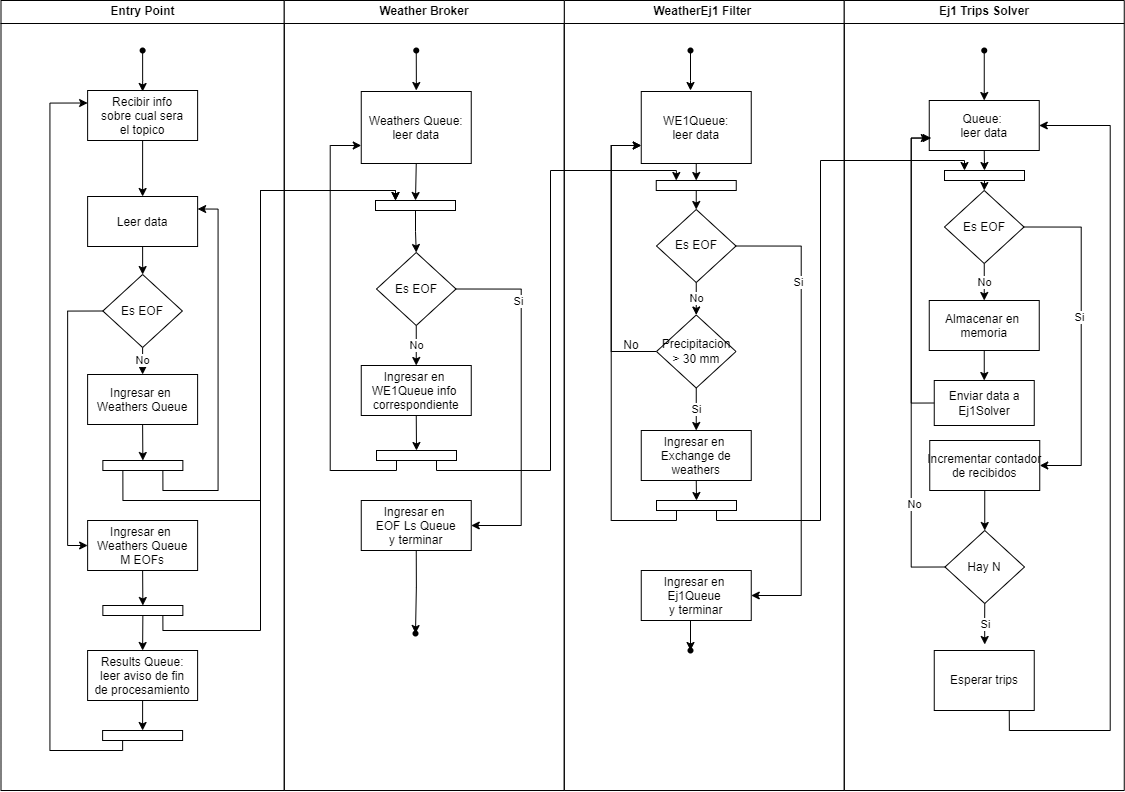
Earlier version of the draw.io export Diagramas/Diagrama_de_Actividades_1.png (joaquinhojman/DistribuidosI-TP1). Source tidied: cells renumbered, new cells last; positions are measured from the earlier drawing's top-left corner, leaving out a move shared by most shapes.
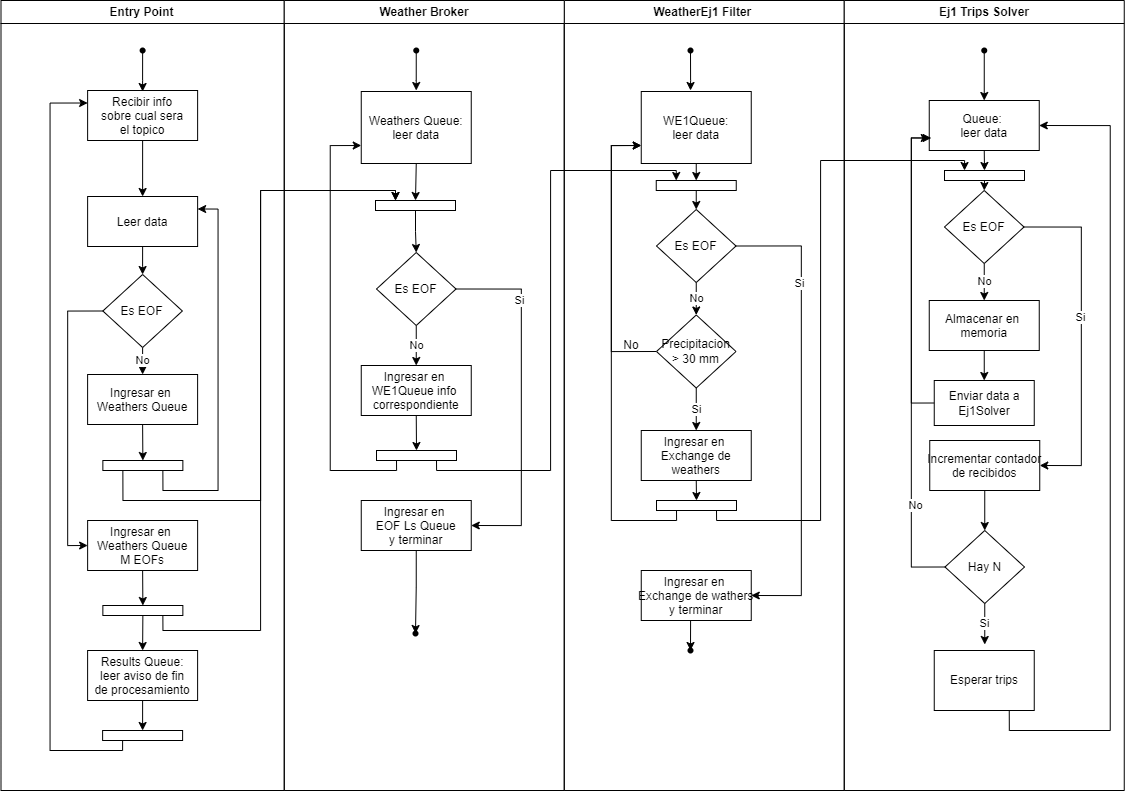
After the commit.

Diff of the diagram source:
```diff
@@ -143,7 +143,7 @@
     <mxCell id="38" style="edgeStyle=orthogonalEdgeStyle;rounded=0;jettySize=auto;html=1;exitX=0.5;exitY=1;exitDx=0;exitDy=0;entryX=0.571;entryY=0.324;entryDx=0;entryDy=0;entryPerimeter=0;" parent="24" edge="1" source="39" target="42">
       <mxGeometry relative="1" as="geometry" />
     </mxCell>
-    <mxCell id="39" value="Ingresar en &#10;Ej1Queue &#10;y terminar" parent="24" vertex="1">
+    <mxCell id="39" value="Ingresar en &#10;Exchange de wathers&#10;y terminar" parent="24" vertex="1">
       <mxGeometry x="77" y="570" width="110" height="50" as="geometry" />
     </mxCell>
     <mxCell id="40" style="edgeStyle=orthogonalEdgeStyle;rounded=0;jettySize=auto;html=1;" parent="24" edge="1" source="41">
```
